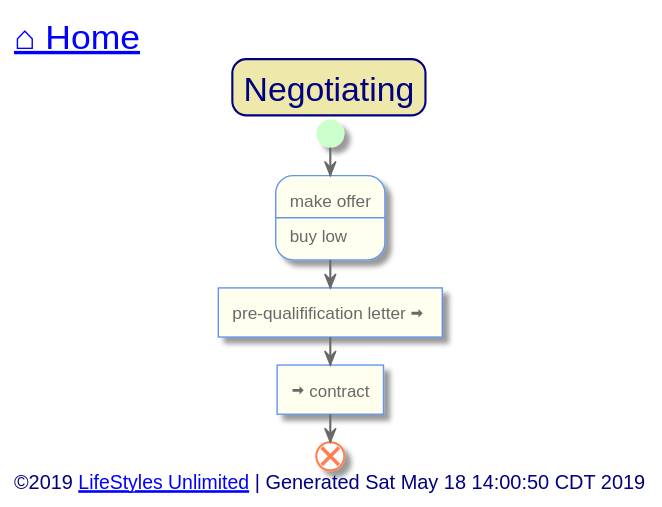
The PlantUML diagram out/src/single-family/negotiating.svg in toddmo/lifestylesunlimited, before a commit. The source it was exported from:
```plantuml
@startuml negotiating


skinparam {
  BorderColor Red
  PathHoverColor Blue
}

skinparam Title {
  FontColor Navy
  BackgroundColor PaleGoldenRod
  BorderColor Navy
  BorderRoundCorner 20
  FontSize 24
}

skinparam activity {
  BackgroundColor Ivory
  BorderColor CornflowerBlue
  BorderThickness 1
  FontColor DimGray


  Arrow {
    Color dimgray
    FontColor dimgray
  }

  Start {
    Color PHYSICAL
  }

  End {
    Color Coral
  }

  Diamond {
    BackgroundColor Ivory
    BorderColor CornflowerBlue
    FontColor DarkGray
  }

  BackgroundColor<< Exception >> Red
	BorderColor<< Exception >> White
}

skinparam Swimlane {
  BorderColor CornflowerBlue
}

skinparam Partition {
  BackgroundColor Ivory
  BorderColor CornflowerBlue
  BorderThickness 1
  FontColor CornflowerBlue
  FontSize 16
  BorderRoundCorner 20
}

skinparam Note {
  BackgroundColor LightSteelBlue
  BorderColor CornflowerBlue
  FontColor White
}

skinparam Legend {
  BackgroundColor LightSteelBlue
  BorderColor CornflowerBlue
  FontColor White
}

skinparam Footer {
  FontColor Navy
}


left header
	<font color=Navy size=24>[[../index.svg?sanitize=true ⌂ Home]]</font>
endheader


	Title Negotiating

	start

	:make offer
	----
	buy low;

	:pre-qualifification letter <&arrow-thick-right> ]

	:<&arrow-thick-right> contract]

	end


left footer
	<font size=14>©2019 [[http://www.lifestylesunlimited.com LifeStyles Unlimited]] | Generated Sat May 18 14:00:50 CDT 2019</font>
endfooter


@enduml
```
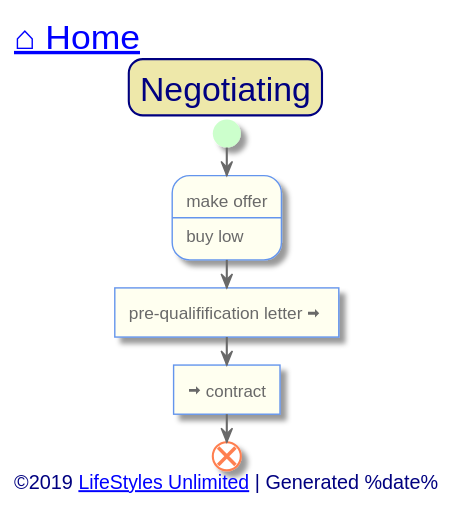
After the change.

What changed in the source:
```diff
@@ -95,7 +95,7 @@
 
 
 left footer
-	<font size=14>©2019 [[http://www.lifestylesunlimited.com LifeStyles Unlimited]] | Generated Sat May 18 14:00:50 CDT 2019</font>
+	<font size=14>©2019 [[http://www.lifestylesunlimited.com LifeStyles Unlimited]] | Generated %date%</font>
 endfooter
 
 
```
